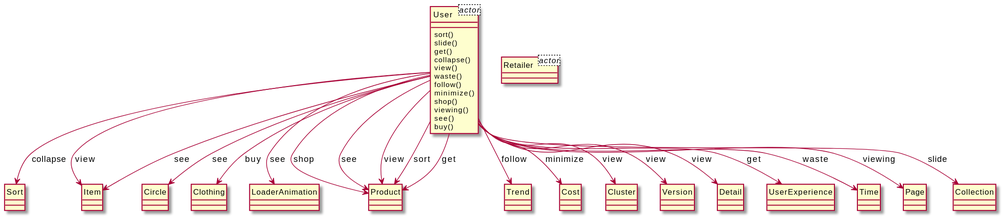
xixixhalu/DomainModelExtractor keeps this PlantUML diagram as output/diagram_5/2016-USC-Project01.svg. Above is the earlier version.
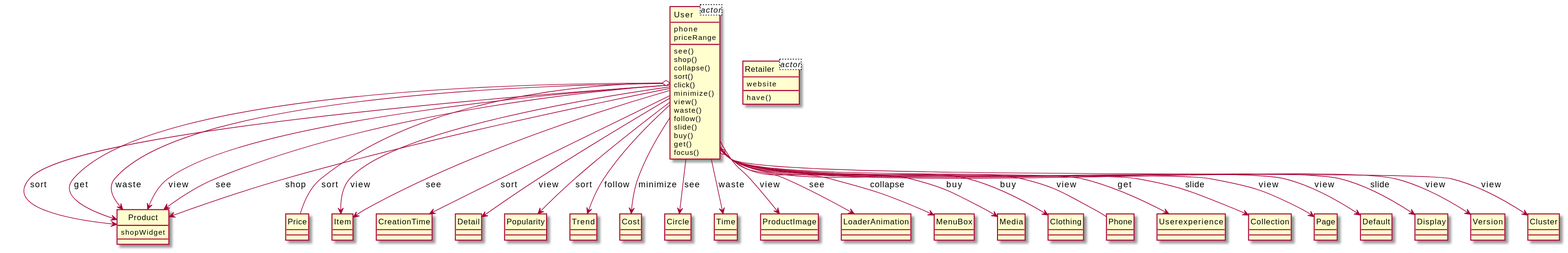
After the commit.

The edit, as a diff of the source:
```diff
@@ -1,71 +1,104 @@
 @startuml
 hide circle
 class User<actor> {
+	phone
+	priceRange
 }
 class Retailer<actor> {
+	website
+}
+class Product {
+	shopWidget
 }
 class User {
+	see()
+	shop()
+	collapse()
 	sort()
-	slide()
-	get()
-	collapse()
+	click()
+	minimize()
 	view()
 	waste()
 	follow()
-	minimize()
-	shop()
-	viewing()
-	see()
+	slide()
 	buy()
+	get()
+	focus()
 }
-class Sort {
+class Price {
 }
 class Item {
 }
-class Circle {
+class CreationTime {
 }
-class Clothing {
+class Detail {
 }
-class LoaderAnimation {
-}
-class Product {
+class Popularity {
 }
 class Trend {
 }
 class Cost {
 }
-class Cluster {
+class Circle {
+}
+class Time {
+}
+class ProductImage {
+}
+class LoaderAnimation {
+}
+class MenuBox {
+}
+class Media {
+}
+class Clothing {
+}
+class Retailer {
+	have()
+}
+class Phone {
+}
+class Userexperience {
+}
+class Collection {
+}
+class Page {
+}
+class Default {
+}
+class Display {
 }
 class Version {
 }
-class Detail {
+class Cluster {
 }
-class UserExperience {
-}
-class Time {
-}
-class Page {
-}
-class Collection {
-}
+User --> Item : view
+User --> Product : sort
 User --> Clothing : buy
-User --> Item : view
+User --> Product : get
+User --> Cost : minimize
+User --> Trend : follow
+User o-- Phone : view
+User --> Circle : see
+User --> Userexperience : get
 User --> Time : waste
+User --> Product : waste
+User --> Collection : slide
+User --> CreationTime : sort
+User --> ProductImage : view
+User --> Page : view
+User --> Product : view
+User --> Detail : view
+User --> Default : view
 User --> LoaderAnimation : see
+User --> Display : slide
+User --> MenuBox : collapse
+User --> Item : see
+User --> Product : see
+User --> Version : view
 User --> Product : shop
-User --> Trend : follow
-User --> Product : see
-User --> Cost : minimize
-User --> Collection : slide
+User --> Media : buy
+User o-- Price : sort
 User --> Cluster : view
-User --> Product : view
-User --> Product : sort
-User --> Product : get
-User --> Version : view
-User --> Sort : collapse
-User --> Detail : view
-User --> Item : see
-User --> UserExperience : get
-User --> Circle : see
-User --> Page : viewing
+User --> Popularity : sort
 @enduml
```
